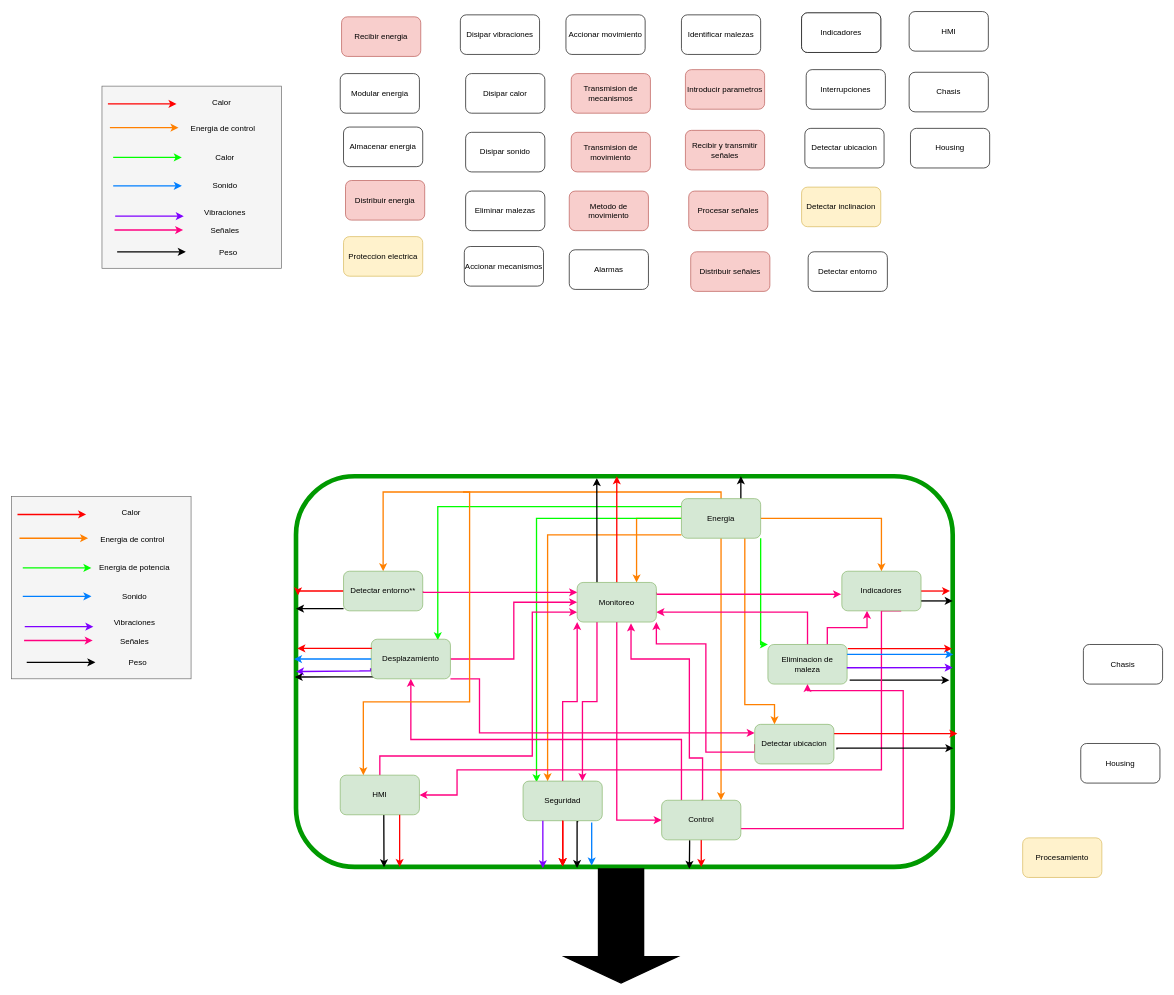
This is page "Análisis de Interacciones" (2 of 4) of Diseño.drawio from Dartherick/DSM, a draw.io file, before an edit. Source tidied: cells renumbered, new cells numbered last; positions are measured from the earlier drawing's top-left corner, leaving out a move shared by most shapes. Both pictures are drawn from the tidied source at 66%, with x=0, y=0 at pixel (11, 11).
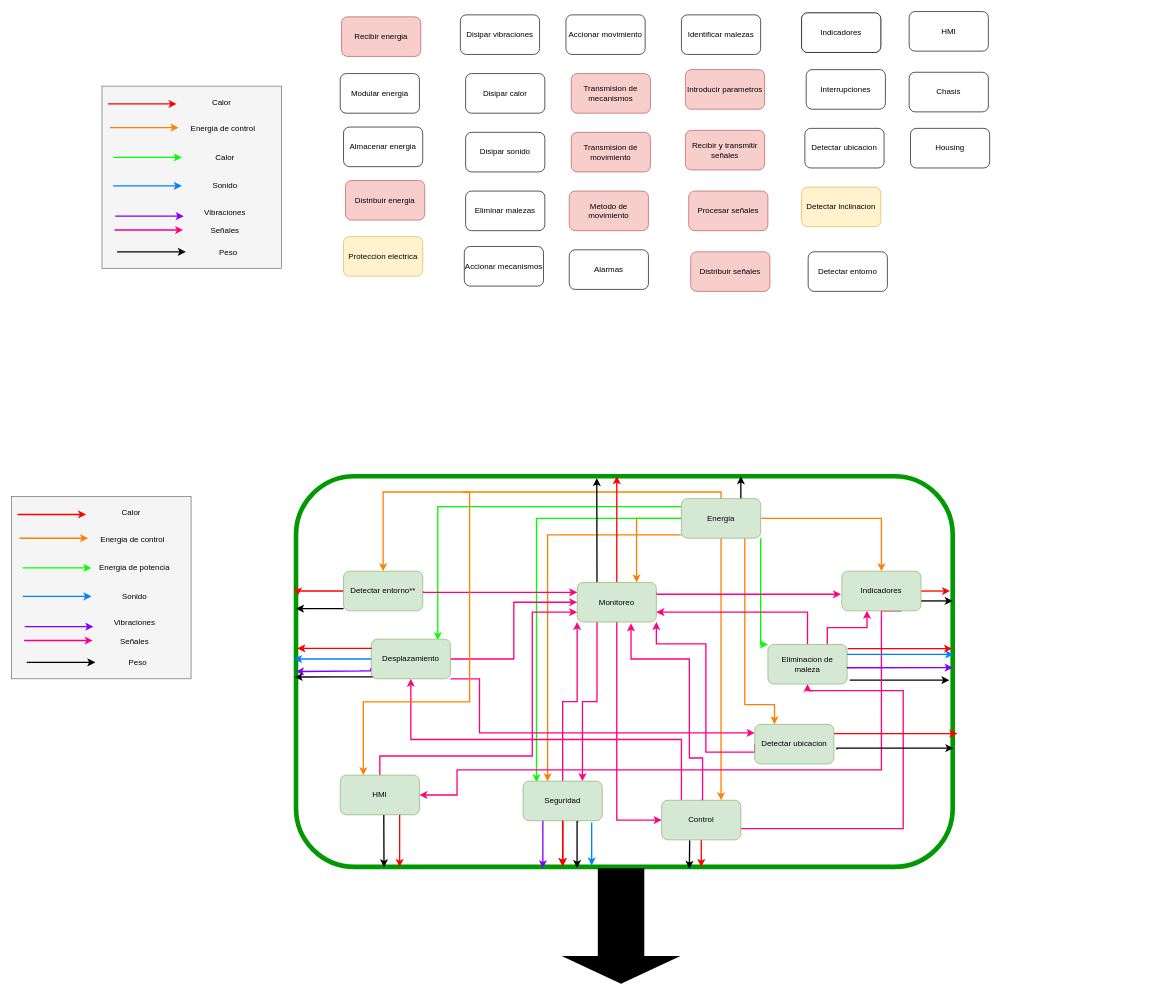
After the change.

What changed in the source:
```diff
@@
-    <mxCell id="97" value="Chasis" style="rounded=1;whiteSpace=wrap;html=1;" parent="1" vertex="1">
-      <mxGeometry x="1624" y="959" width="120" height="60" as="geometry" />
-    </mxCell>
-    <mxCell id="98" value="Housing" style="rounded=1;whiteSpace=wrap;html=1;" parent="1" vertex="1">
-      <mxGeometry x="1620" y="1109" width="120" height="60" as="geometry" />
-    </mxCell>
@@
-    <mxCell id="108" value="Procesamiento" style="rounded=1;whiteSpace=wrap;html=1;fillColor=#fff2cc;strokeColor=#d6b656;" parent="1" vertex="1">
-      <mxGeometry x="1532" y="1252" width="120" height="60" as="geometry" />
-    </mxCell>
```
